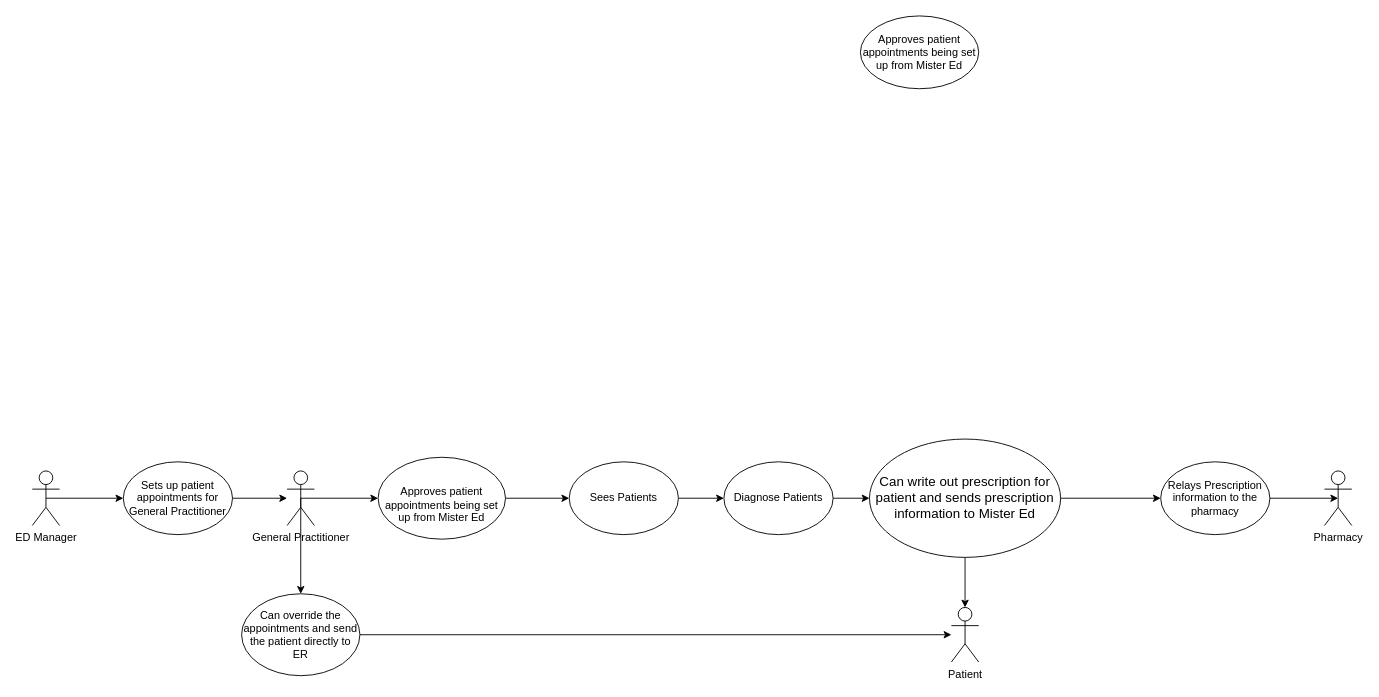
Before: JustinWork/GeneralPractitioner.drawio in SENG-350-2024-fall/Team9, a draw.io diagram. Source tidied: cells renumbered, new cells numbered last; positions are measured from the earlier drawing's top-left corner, leaving out a move shared by most shapes. Both pictures are drawn from the tidied source at 91%, with x=0, y=0 at pixel (32, 15).
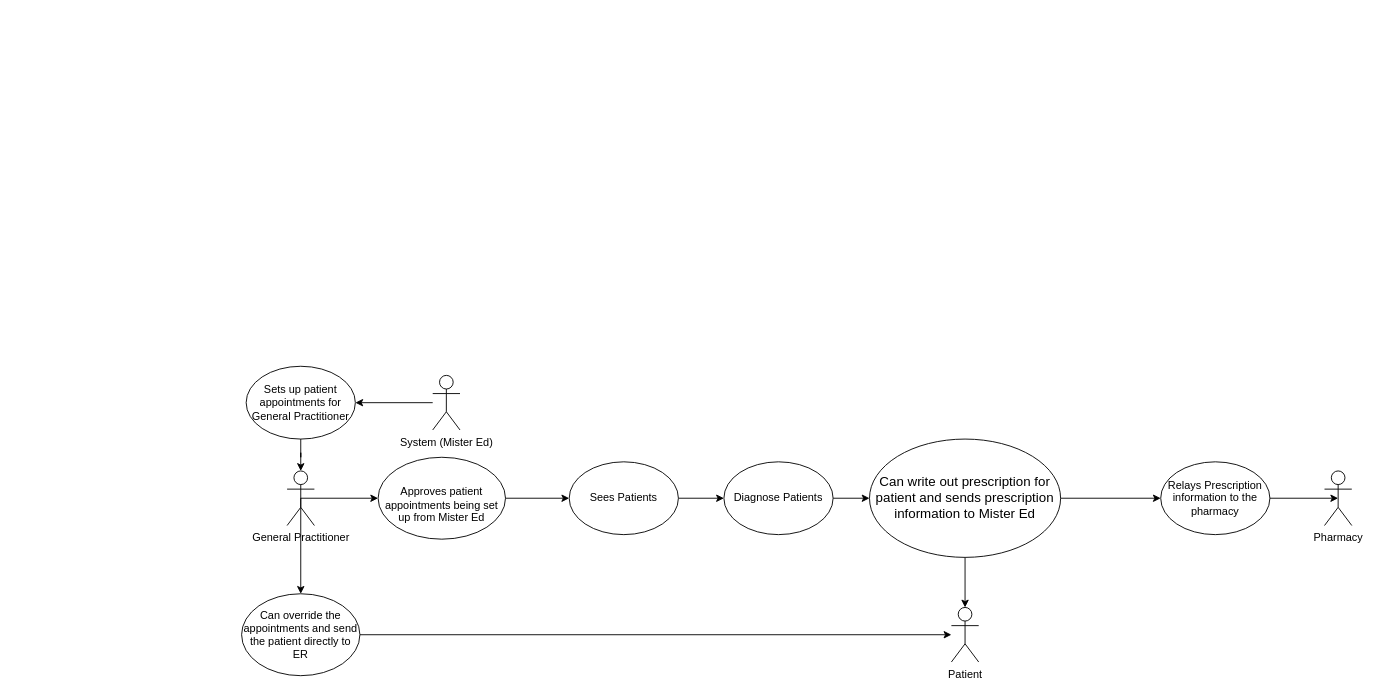
Above is the later version.

Change to the diagram source:
```diff
@@
-    <mxCell id="5" style="edgeStyle=orthogonalEdgeStyle;rounded=0;jettySize=auto;html=1;exitX=0.5;exitY=0.5;exitDx=0;exitDy=0;exitPerimeter=0;entryX=0;entryY=0.5;entryDx=0;entryDy=0;" parent="1" edge="1" source="6" target="24">
+    <mxCell id="5" style="edgeStyle=orthogonalEdgeStyle;rounded=0;jettySize=auto;html=1;" parent="1" edge="1" source="6" target="24">
       <mxGeometry relative="1" as="geometry" />
     </mxCell>
-    <mxCell id="6" value="ED Manager" style="shape=umlActor;verticalLabelPosition=bottom;verticalAlign=top;html=1;outlineConnect=0;" parent="1" vertex="1">
-      <mxGeometry y="500" width="30" height="60" as="geometry" />
+    <mxCell id="6" value="System (Mister Ed)&lt;div&gt;&lt;br&gt;&lt;/div&gt;" style="shape=umlActor;verticalLabelPosition=bottom;verticalAlign=top;html=1;outlineConnect=0;" parent="1" vertex="1">
+      <mxGeometry x="440" y="395" width="30" height="60" as="geometry" />
     </mxCell>
@@
-    <mxCell id="8" value="Approves patient appointments being set up from Mister Ed" style="ellipse;whiteSpace=wrap;html=1;" parent="1" vertex="1">
-      <mxGeometry x="910" width="130" height="80" as="geometry" />
-    </mxCell>
@@
     <mxCell id="24" value="Sets up patient appointments for General Practitioner" style="ellipse;whiteSpace=wrap;html=1;" parent="1" vertex="1">
-      <mxGeometry x="100" y="490" width="120" height="80" as="geometry" />
+      <mxGeometry x="235" y="385" width="120" height="80" as="geometry" />
     </mxCell>
```
